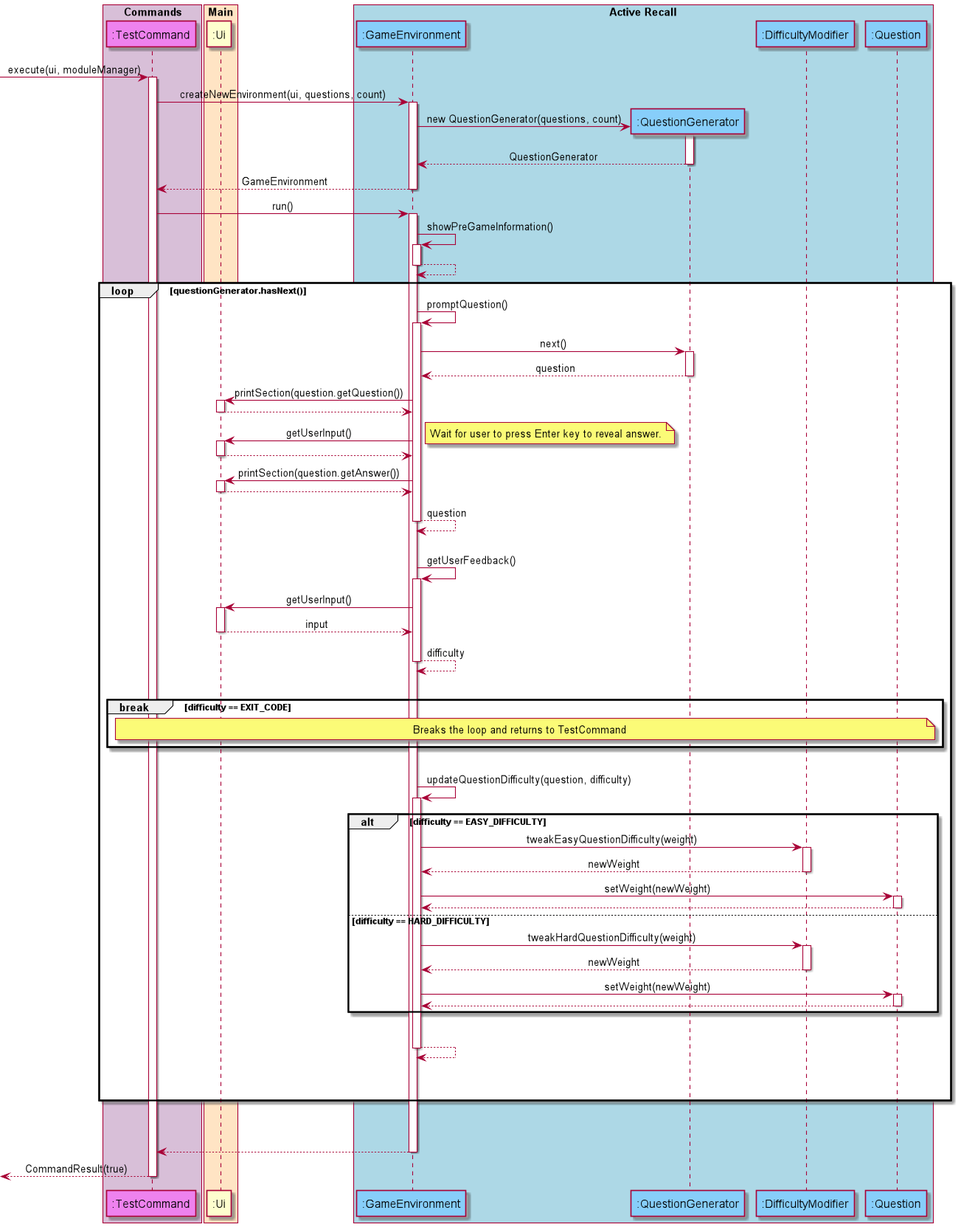
Above: docs/attachments/ActiveRecallSequenceDiagram.png in nus-cs2113-AY2122S1/tp (PlantUML), before the change. The source it was exported from:
```plantuml
@startuml

skinparam sequenceMessageAlign center

box "Commands" #thistle
participant ":TestCommand" as TestCommand #violet
endbox
box "Main" #bisque
participant ":Ui" as Ui
endbox
box "Active Recall" #lightblue
participant ":GameEnvironment" as GameEnvironment #lightskyblue
participant ":QuestionGenerator" as QuestionGenerator #lightskyblue
participant ":DifficultyModifier" as DifficultyModifier #lightskyblue
participant ":Question" as Question #lightskyblue
endbox

-> TestCommand : execute(ui, moduleManager)
activate TestCommand
TestCommand -> GameEnvironment : createNewEnvironment(ui, questions, count)
activate GameEnvironment
  create QuestionGenerator
  GameEnvironment -> QuestionGenerator : new QuestionGenerator(questions, count)
  activate QuestionGenerator
  return QuestionGenerator
return GameEnvironment

TestCommand -> GameEnvironment : run()
activate GameEnvironment
  GameEnvironment -> GameEnvironment : showPreGameInformation()
  activate GameEnvironment
  return
  loop questionGenerator.hasNext()
    GameEnvironment -> GameEnvironment : promptQuestion()
    activate GameEnvironment
      GameEnvironment -> QuestionGenerator : next()
      activate QuestionGenerator
      return question
      GameEnvironment -> Ui : printSection(question.getQuestion())
      activate Ui
      return
      GameEnvironment -> Ui : getUserInput()
      note right: Wait for user to press Enter key to reveal answer.
      activate Ui
      return
      GameEnvironment -> Ui : printSection(question.getAnswer())
      activate Ui
      return
    return question
    |||
    GameEnvironment -> GameEnvironment : getUserFeedback()
    activate GameEnvironment
      GameEnvironment -> Ui : getUserInput()
      activate Ui
      return input
    return difficulty
    |||
    break difficulty == EXIT_CODE
      note across: Breaks the loop and returns to TestCommand
    end
    |||
    GameEnvironment -> GameEnvironment : updateQuestionDifficulty(question, difficulty)
    activate GameEnvironment
      alt difficulty == EASY_DIFFICULTY
        GameEnvironment -> DifficultyModifier : tweakEasyQuestionDifficulty(weight)
        activate DifficultyModifier
        return newWeight

        GameEnvironment -> Question : setWeight(newWeight)
        activate Question
        return
      else difficulty == HARD_DIFFICULTY
        GameEnvironment -> DifficultyModifier : tweakHardQuestionDifficulty(weight)
        activate DifficultyModifier
        return newWeight

        GameEnvironment -> Question : setWeight(newWeight)
        activate Question
        return
      end
      |||
    return
    |||
    |||
  end
  |||
  |||
return

return CommandResult(true)

@enduml
```
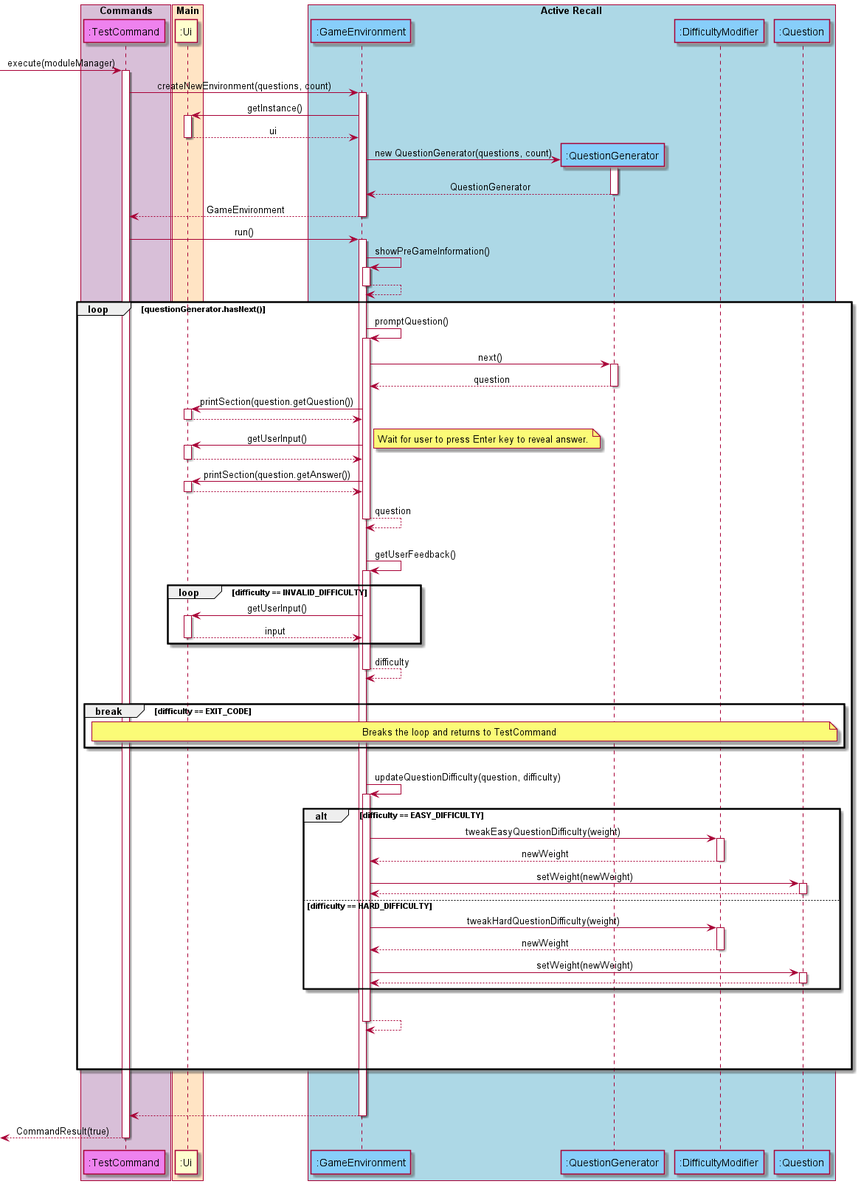
Later version of the same file.

Commit message:
Add Ui Class Diagram and Explanation.

What changed in the source:
```diff
@@ -15,10 +15,13 @@
 participant ":Question" as Question #lightskyblue
 endbox
 
--> TestCommand : execute(ui, moduleManager)
+-> TestCommand : execute(moduleManager)
 activate TestCommand
-TestCommand -> GameEnvironment : createNewEnvironment(ui, questions, count)
+TestCommand -> GameEnvironment : createNewEnvironment(questions, count)
 activate GameEnvironment
+  GameEnvironment -> Ui : getInstance()
+  activate Ui
+  return ui
   create QuestionGenerator
   GameEnvironment -> QuestionGenerator : new QuestionGenerator(questions, count)
   activate QuestionGenerator
@@ -50,9 +53,11 @@
     |||
     GameEnvironment -> GameEnvironment : getUserFeedback()
     activate GameEnvironment
+      loop difficulty == INVALID_DIFFICULTY
       GameEnvironment -> Ui : getUserInput()
       activate Ui
       return input
+      end
     return difficulty
     |||
     break difficulty == EXIT_CODE
```
